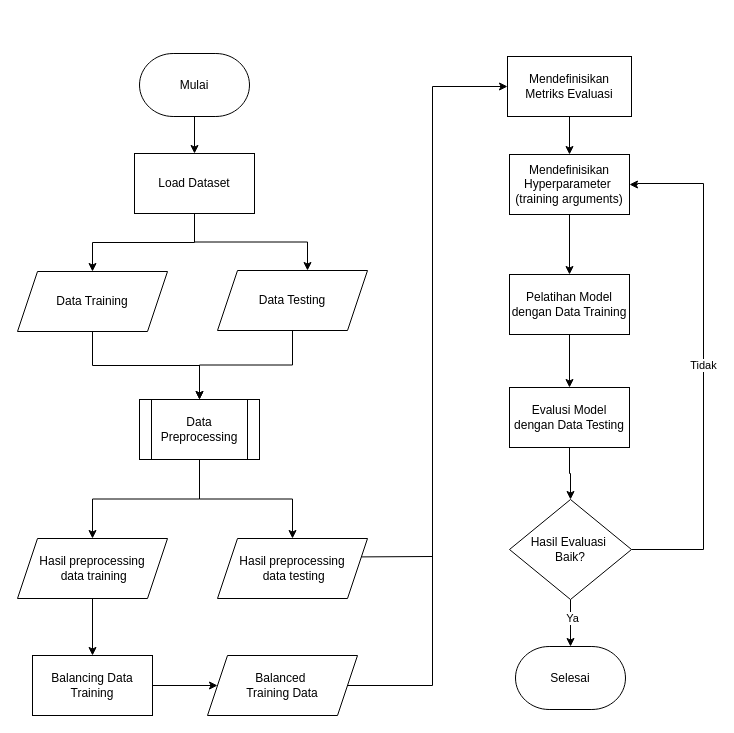
Before: Perancangan Model.drawio in meisyareptiana/design_database, a draw.io diagram. Source tidied: cells renumbered, new cells numbered last; positions are measured from the earlier drawing's top-left corner, leaving out a move shared by most shapes. Both pictures are drawn from the tidied source at 100%, with x=0, y=0 at pixel (17, 53).
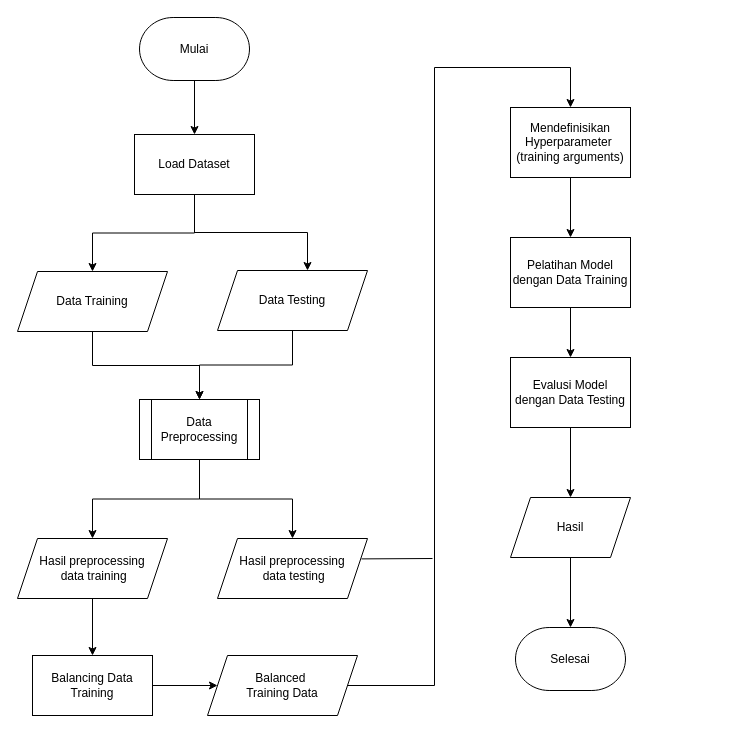
The same page after the edit.

Unchanged cells that the change refers to:
```xml
<mxCell id="18" value="Balanced&amp;nbsp;&lt;div&gt;Training Data&lt;/div&gt;" style="shape=parallelogram;perimeter=parallelogramPerimeter;whiteSpace=wrap;html=1;fixedSize=1;" parent="1" vertex="1">
  <mxGeometry x="190" y="602" width="150" height="60" as="geometry" />
</mxCell>
```

Diff of the diagram source:
```diff
@@
     <mxCell id="5" value="Mulai" style="fixedSize=1;html=1;shape=mxgraph.flowchart.terminator;whiteSpace=wrap;" parent="1" vertex="1">
-      <mxGeometry x="122" width="110" height="63" as="geometry" />
+      <mxGeometry x="122" y="-36" width="110" height="63" as="geometry" />
     </mxCell>
     <mxCell id="6" value="Selesai" style="fixedSize=1;html=1;shape=mxgraph.flowchart.terminator;whiteSpace=wrap;" parent="1" vertex="1">
-      <mxGeometry x="498" y="593" width="110" height="63" as="geometry" />
+      <mxGeometry x="498" y="574" width="110" height="63" as="geometry" />
     </mxCell>
@@
     <mxCell id="8" value="Load Dataset" style="rounded=0;whiteSpace=wrap;html=1;" parent="1" vertex="1">
-      <mxGeometry x="117" y="100" width="120" height="60" as="geometry" />
+      <mxGeometry x="117" y="81" width="120" height="60" as="geometry" />
     </mxCell>
@@
-    <mxCell id="17" style="edgeStyle=orthogonalEdgeStyle;rounded=0;jettySize=auto;html=1;entryX=0;entryY=0.5;entryDx=0;entryDy=0;" parent="1" edge="1" source="18" target="20">
-      <mxGeometry relative="1" as="geometry" />
-    </mxCell>
+    <mxCell id="36" style="edgeStyle=orthogonalEdgeStyle;rounded=0;jettySize=auto;html=1;entryX=0.5;entryY=0;entryDx=0;entryDy=0;" parent="1" edge="1" source="18" target="23">
+      <mxGeometry relative="1" as="geometry">
+        <Array as="points">
+          <mxPoint x="417" y="632" />
+          <mxPoint x="417" y="14" />
+          <mxPoint x="553" y="14" />
+        </Array>
+      </mxGeometry>
+    </mxCell>
@@
-    <mxCell id="19" style="edgeStyle=orthogonalEdgeStyle;rounded=0;jettySize=auto;html=1;" parent="1" edge="1" source="20" target="23">
-      <mxGeometry relative="1" as="geometry" />
-    </mxCell>
-    <mxCell id="20" value="Mendefinisikan Metriks Evaluasi" style="rounded=0;whiteSpace=wrap;html=1;" parent="1" vertex="1">
-      <mxGeometry x="490" y="3" width="124" height="60" as="geometry" />
-    </mxCell>
     <mxCell id="21" style="endArrow=none;html=1;rounded=0;" parent="1" edge="1">
       <mxGeometry relative="1" as="geometry">
-        <mxPoint x="344" y="503.4" as="sourcePoint" />
-        <mxPoint x="415" y="503" as="targetPoint" />
+        <mxPoint x="344" y="505.4" as="sourcePoint" />
+        <mxPoint x="415" y="505" as="targetPoint" />
       </mxGeometry>
     </mxCell>
@@
     <mxCell id="23" value="Mendefinisikan Hyperparameter&amp;nbsp;&lt;div&gt;(training arguments)&lt;/div&gt;" style="whiteSpace=wrap;html=1;rounded=0;" parent="1" vertex="1">
-      <mxGeometry x="492" y="101" width="120" height="60" as="geometry" />
+      <mxGeometry x="493" y="54" width="120" height="70" as="geometry" />
     </mxCell>
@@
     <mxCell id="25" value="Pelatihan Model dengan Data Training" style="whiteSpace=wrap;html=1;rounded=0;" parent="1" vertex="1">
-      <mxGeometry x="492" y="221" width="120" height="60" as="geometry" />
+      <mxGeometry x="493" y="184" width="120" height="70" as="geometry" />
     </mxCell>
-    <mxCell id="26" style="edgeStyle=orthogonalEdgeStyle;rounded=0;jettySize=auto;html=1;" parent="1" edge="1" source="27" target="32">
-      <mxGeometry relative="1" as="geometry" />
-    </mxCell>
+    <mxCell id="37" style="edgeStyle=orthogonalEdgeStyle;rounded=0;jettySize=auto;html=1;" parent="1" edge="1" source="27" target="39">
+      <mxGeometry relative="1" as="geometry" />
+    </mxCell>
     <mxCell id="27" value="Evalusi Model dengan Data Testing" style="whiteSpace=wrap;html=1;rounded=0;" parent="1" vertex="1">
-      <mxGeometry x="492" y="334" width="120" height="60" as="geometry" />
+      <mxGeometry x="493" y="304" width="120" height="70" as="geometry" />
     </mxCell>
-    <mxCell id="28" style="edgeStyle=orthogonalEdgeStyle;rounded=0;jettySize=auto;html=1;" parent="1" edge="1" source="32" target="6">
-      <mxGeometry relative="1" as="geometry" />
-    </mxCell>
-    <mxCell id="29" value="Ya" style="edgeLabel;html=1;align=center;verticalAlign=middle;" parent="28" vertex="1">
-      <mxGeometry x="-0.24" y="1" relative="1" as="geometry" />
-    </mxCell>
-    <mxCell id="30" style="edgeStyle=orthogonalEdgeStyle;rounded=0;jettySize=auto;html=1;entryX=1;entryY=0.5;entryDx=0;entryDy=0;exitX=1;exitY=0.5;exitDx=0;exitDy=0;" parent="1" edge="1" source="32" target="23">
-      <mxGeometry relative="1" as="geometry">
-        <Array as="points">
-          <mxPoint x="686" y="496" />
-          <mxPoint x="686" y="130" />
-          <mxPoint x="620" y="130" />
-        </Array>
-      </mxGeometry>
-    </mxCell>
-    <mxCell id="31" value="Tidak" style="edgeLabel;html=1;align=center;verticalAlign=middle;" parent="30" vertex="1">
-      <mxGeometry y="1" relative="1" as="geometry" />
-    </mxCell>
-    <mxCell id="32" value="Hasil Evaluasi&amp;nbsp;&lt;div&gt;Baik?&lt;/div&gt;" style="rhombus;whiteSpace=wrap;html=1;rounded=0;" parent="1" vertex="1">
-      <mxGeometry x="492" y="446" width="122" height="100" as="geometry" />
-    </mxCell>
@@
+    <mxCell id="38" style="edgeStyle=orthogonalEdgeStyle;rounded=0;jettySize=auto;html=1;" parent="1" edge="1" source="39" target="6">
+      <mxGeometry relative="1" as="geometry" />
+    </mxCell>
+    <mxCell id="39" value="Hasil" style="shape=parallelogram;perimeter=parallelogramPerimeter;whiteSpace=wrap;html=1;fixedSize=1;rounded=0;" parent="1" vertex="1">
+      <mxGeometry x="493" y="444" width="120" height="60" as="geometry" />
+    </mxCell>
```
